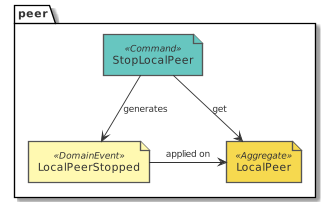
tmorin/dorders keeps this PlantUML diagram as paper/design_peer_eventstorming_stop_local_peer.png. Above is the earlier version. Its diagram source:
```plantuml
@startuml design_peer_eventstorming_stop_local_peer
!include common.puml
!include ../.gdiag/plantuml-libs/eventstorming/eventstorming-all.puml
package peer {
  command('StopLocalPeer')
  domain_event('LocalPeerStopped')
  aggregate('LocalPeer')
}
StopLocalPeer --> LocalPeerStopped : generates
StopLocalPeer --> LocalPeer : get
LocalPeerStopped -r-> LocalPeer : applied on
@enduml
```
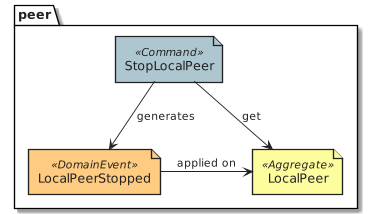
Above is the later version.

Diff of the diagram source:
```diff
@@ -1,10 +1,9 @@
 @startuml design_peer_eventstorming_stop_local_peer
-!include common.puml
-!include ../.gdiag/plantuml-libs/eventstorming/eventstorming-all.puml
+!include common.eventstorming.puml
 package peer {
-  command('StopLocalPeer')
-  domain_event('LocalPeerStopped')
-  aggregate('LocalPeer')
+  Command('StopLocalPeer')
+  DomainEvent('LocalPeerStopped')
+  Aggregate('LocalPeer')
 }
 StopLocalPeer --> LocalPeerStopped : generates
 StopLocalPeer --> LocalPeer : get
```
